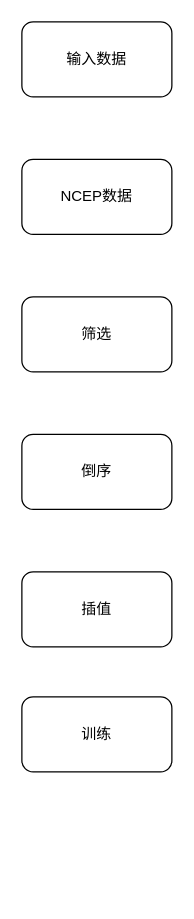
Earlier version of the draw.io diagram 0818.drawio (PhysicsZhang/KnowledgeGraph). Source tidied: cells renumbered, new cells numbered last; positions are measured from the earlier drawing's top-left corner, leaving out a move shared by most shapes. Both pictures are drawn from the tidied source at 125%, with x=0, y=0 at pixel (21, 21).
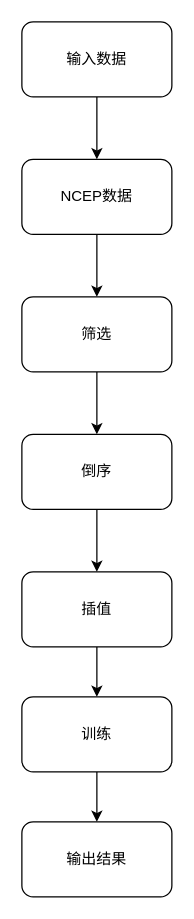
Above is the later version.

What changed in the source:
```diff
@@
 <mxGraphModel>
   <root>
     <mxCell id="0" />
     <mxCell id="1" parent="0" />
+    <mxCell id="8" style="edgeStyle=orthogonalEdgeStyle;rounded=0;jettySize=auto;html=1;exitX=0.5;exitY=1;exitDx=0;exitDy=0;" parent="1" edge="1" source="2" target="3">
+      <mxGeometry relative="1" as="geometry" />
+    </mxCell>
     <mxCell id="2" value="输入数据" style="rounded=1;whiteSpace=wrap;html=1;" parent="1" vertex="1">
       <mxGeometry width="120" height="60" as="geometry" />
     </mxCell>
+    <mxCell id="9" style="edgeStyle=orthogonalEdgeStyle;rounded=0;jettySize=auto;html=1;exitX=0.5;exitY=1;exitDx=0;exitDy=0;entryX=0.5;entryY=0;entryDx=0;entryDy=0;" parent="1" edge="1" source="3" target="4">
+      <mxGeometry relative="1" as="geometry" />
+    </mxCell>
     <mxCell id="3" value="NCEP数据" style="rounded=1;whiteSpace=wrap;html=1;" parent="1" vertex="1">
       <mxGeometry y="110" width="120" height="60" as="geometry" />
     </mxCell>
+    <mxCell id="10" style="edgeStyle=orthogonalEdgeStyle;rounded=0;jettySize=auto;html=1;exitX=0.5;exitY=1;exitDx=0;exitDy=0;" parent="1" edge="1" source="4" target="5">
+      <mxGeometry relative="1" as="geometry" />
+    </mxCell>
     <mxCell id="4" value="筛选" style="rounded=1;whiteSpace=wrap;html=1;" parent="1" vertex="1">
       <mxGeometry y="220" width="120" height="60" as="geometry" />
     </mxCell>
+    <mxCell id="11" style="edgeStyle=orthogonalEdgeStyle;rounded=0;jettySize=auto;html=1;exitX=0.5;exitY=1;exitDx=0;exitDy=0;entryX=0.5;entryY=0;entryDx=0;entryDy=0;" parent="1" edge="1" source="5" target="6">
+      <mxGeometry relative="1" as="geometry" />
+    </mxCell>
     <mxCell id="5" value="倒序" style="rounded=1;whiteSpace=wrap;html=1;" parent="1" vertex="1">
       <mxGeometry y="330" width="120" height="60" as="geometry" />
     </mxCell>
+    <mxCell id="12" style="edgeStyle=orthogonalEdgeStyle;rounded=0;jettySize=auto;html=1;exitX=0.5;exitY=1;exitDx=0;exitDy=0;" parent="1" edge="1" source="6" target="7">
+      <mxGeometry relative="1" as="geometry" />
+    </mxCell>
     <mxCell id="6" value="插值" style="rounded=1;whiteSpace=wrap;html=1;" parent="1" vertex="1">
       <mxGeometry y="440" width="120" height="60" as="geometry" />
     </mxCell>
+    <mxCell id="13" style="edgeStyle=orthogonalEdgeStyle;rounded=0;jettySize=auto;html=1;exitX=0.5;exitY=1;exitDx=0;exitDy=0;" parent="1" edge="1" source="7" target="14">
+      <mxGeometry relative="1" as="geometry" />
+    </mxCell>
     <mxCell id="7" value="训练" style="rounded=1;whiteSpace=wrap;html=1;" parent="1" vertex="1">
       <mxGeometry y="540" width="120" height="60" as="geometry" />
     </mxCell>
+    <mxCell id="14" value="输出结果" style="rounded=1;whiteSpace=wrap;html=1;" parent="1" vertex="1">
+      <mxGeometry y="640" width="120" height="60" as="geometry" />
+    </mxCell>
   </root>
 </mxGraphModel>
```
